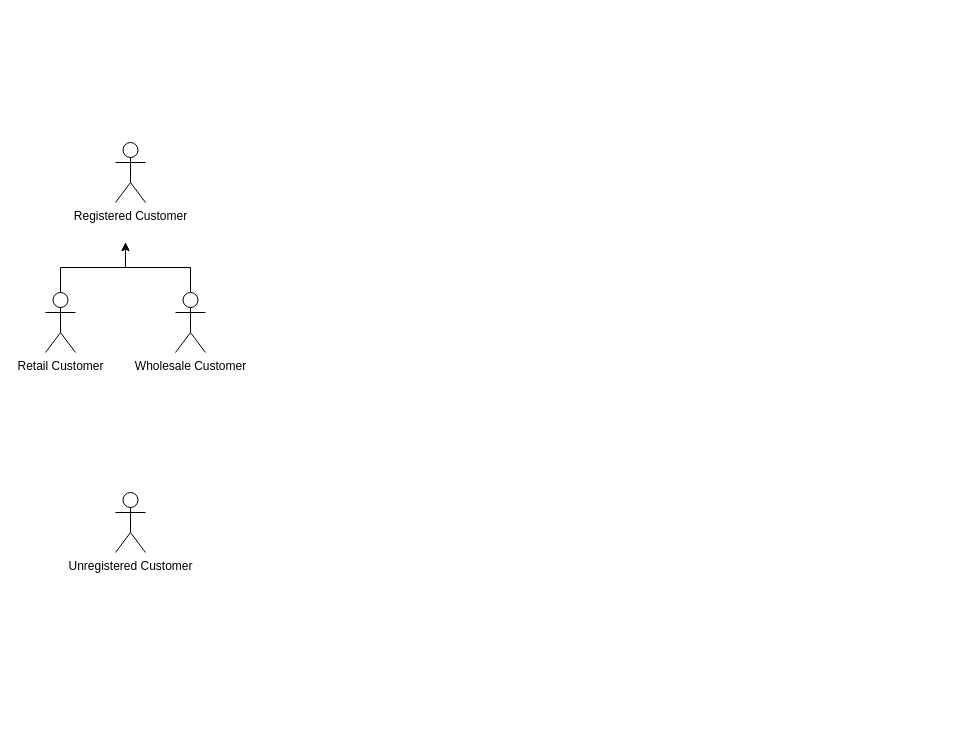
Earlier version of the draw.io diagram Untitled Diagram.drawio (mashihimasha/UPW_Diagrams). Source tidied: cells renumbered, new cells numbered last; positions are measured from the earlier drawing's top-left corner, leaving out a move shared by most shapes. Both pictures are drawn from the tidied source at 100%, with x=0, y=0 at pixel (45, 142).
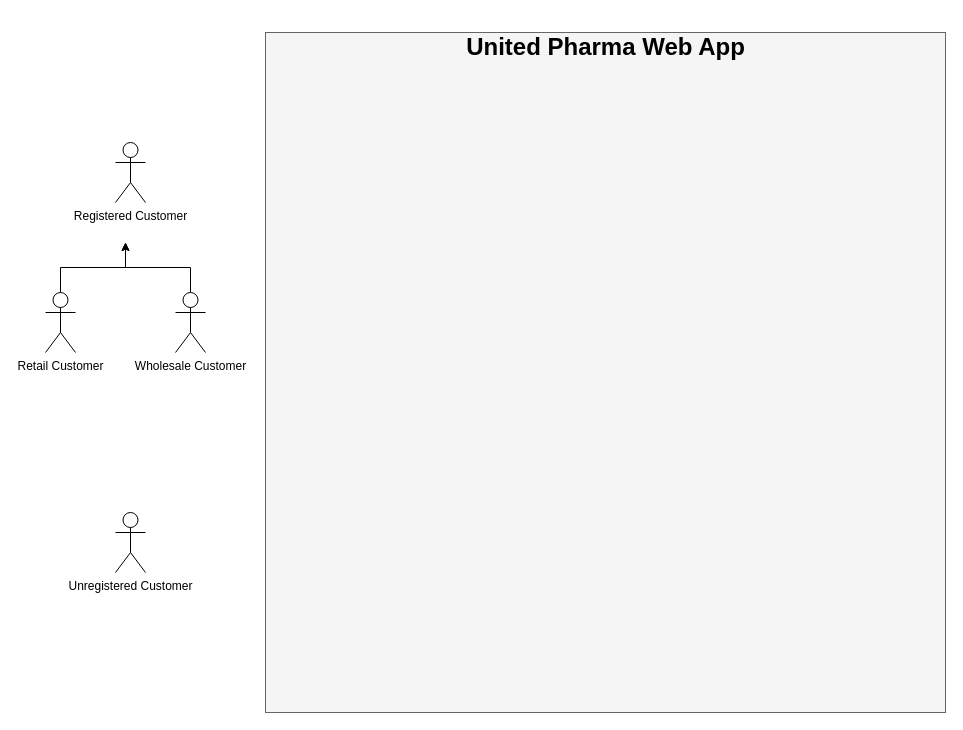
The same page after the edit.

The edit, as a diff of the source:
```diff
@@
 <mxGraphModel>
   <root>
     <mxCell id="0" />
     <mxCell id="1" parent="0" />
     <mxCell id="2" value="Registered Customer" style="shape=umlActor;verticalLabelPosition=bottom;verticalAlign=top;html=1;" parent="1" vertex="1">
       <mxGeometry x="70" width="30" height="60" as="geometry" />
     </mxCell>
-    <mxCell id="3" style="rounded=0;jettySize=auto;html=1;edgeStyle=elbowEdgeStyle;elbow=vertical;" parent="1" edge="1" source="4">
+    <mxCell id="3" style="rounded=0;orthogonalLoop=1;jettySize=auto;html=1;edgeStyle=elbowEdgeStyle;elbow=vertical;" parent="1" edge="1">
       <mxGeometry relative="1" as="geometry">
+        <mxPoint x="15" y="150" as="sourcePoint" />
         <mxPoint x="80" y="100" as="targetPoint" />
       </mxGeometry>
     </mxCell>
     <mxCell id="4" value="Retail Customer" style="shape=umlActor;verticalLabelPosition=bottom;verticalAlign=top;html=1;outlineConnect=0;" parent="1" vertex="1">
       <mxGeometry y="150" width="30" height="60" as="geometry" />
     </mxCell>
     <mxCell id="5" style="rounded=0;jettySize=auto;html=1;jumpStyle=none;edgeStyle=elbowEdgeStyle;elbow=vertical;" parent="1" edge="1" source="6">
       <mxGeometry relative="1" as="geometry">
         <mxPoint x="80" y="100" as="targetPoint" />
       </mxGeometry>
     </mxCell>
     <mxCell id="6" value="Wholesale Customer" style="shape=umlActor;verticalLabelPosition=bottom;verticalAlign=top;html=1;outlineConnect=0;" parent="1" vertex="1">
       <mxGeometry x="130" y="150" width="30" height="60" as="geometry" />
     </mxCell>
     <mxCell id="7" value="Unregistered Customer" style="shape=umlActor;verticalLabelPosition=bottom;verticalAlign=top;html=1;" parent="1" vertex="1">
-      <mxGeometry x="70" y="350" width="30" height="60" as="geometry" />
+      <mxGeometry x="70" y="370" width="30" height="60" as="geometry" />
     </mxCell>
+    <mxCell id="8" style="whiteSpace=wrap;html=1;fillColor=#f5f5f5;strokeColor=#666666;fontColor=#333333;" parent="1" vertex="1">
+      <mxGeometry x="220" y="-110" width="680" height="680" as="geometry" />
+    </mxCell>
+    <mxCell id="9" value="&lt;h1&gt;&lt;b&gt;United Pharma Web App&lt;/b&gt;&lt;/h1&gt;" style="text;html=1;strokeColor=none;fillColor=none;align=center;verticalAlign=middle;whiteSpace=wrap;rounded=0;" parent="1" vertex="1">
+      <mxGeometry x="397.5" y="-110" width="325" height="30" as="geometry" />
+    </mxCell>
   </root>
 </mxGraphModel>
```
